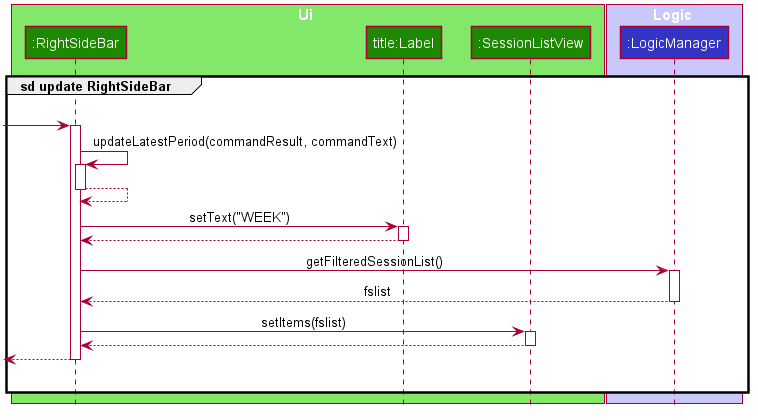
This is docs/images/ViewSessionUpdateRightSideBarRef.png from tanweijie123/tp, a PlantUML export, as it was before one commit.
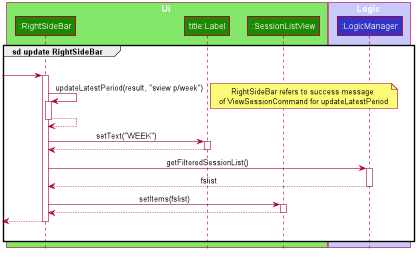
The same diagram one commit later.

The edit, as a diff of the source:
```diff
@@ -65,8 +65,13 @@
 [-> RightSideBar
 activate RightSideBar
 
-RightSideBar -> RightSideBar : updateLatestPeriod(commandResult, commandText)
+RightSideBar -> RightSideBar : updateLatestPeriod(result, "sview p/week")
 activate RightSideBar
+
+note right
+RightSideBar refers to success message
+of ViewSessionCommand for updateLatestPeriod
+end note
 
 RightSideBar --> RightSideBar
 deactivate RightSideBar
```
